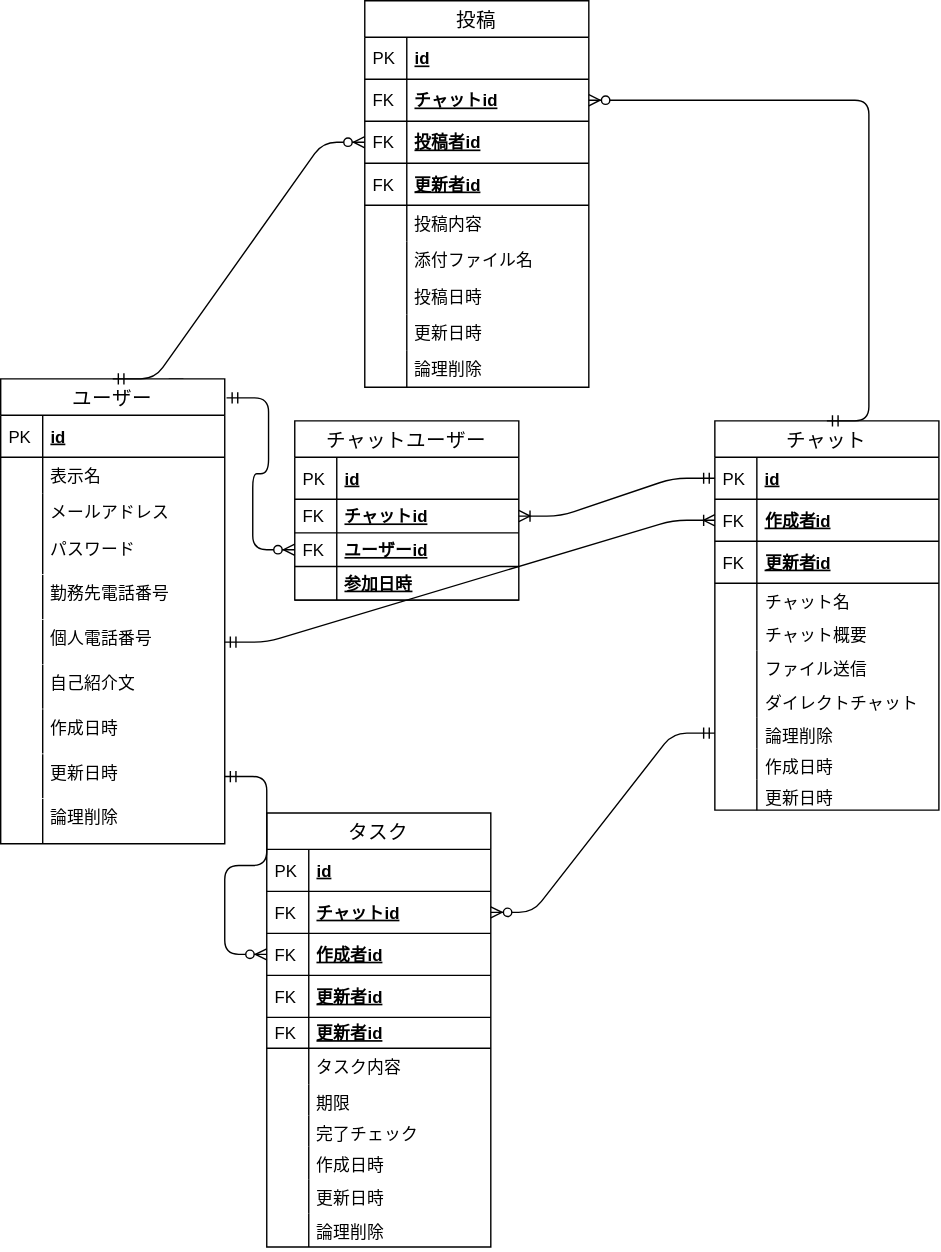
kyonamu/codegym-db keeps this draw.io diagram as db/db-challenge1/ERDiagram.drawio.svg. Above is the earlier version. Source tidied: cells renumbered, new cells last; positions are measured from the earlier drawing's top-left corner, leaving out a move shared by most shapes.
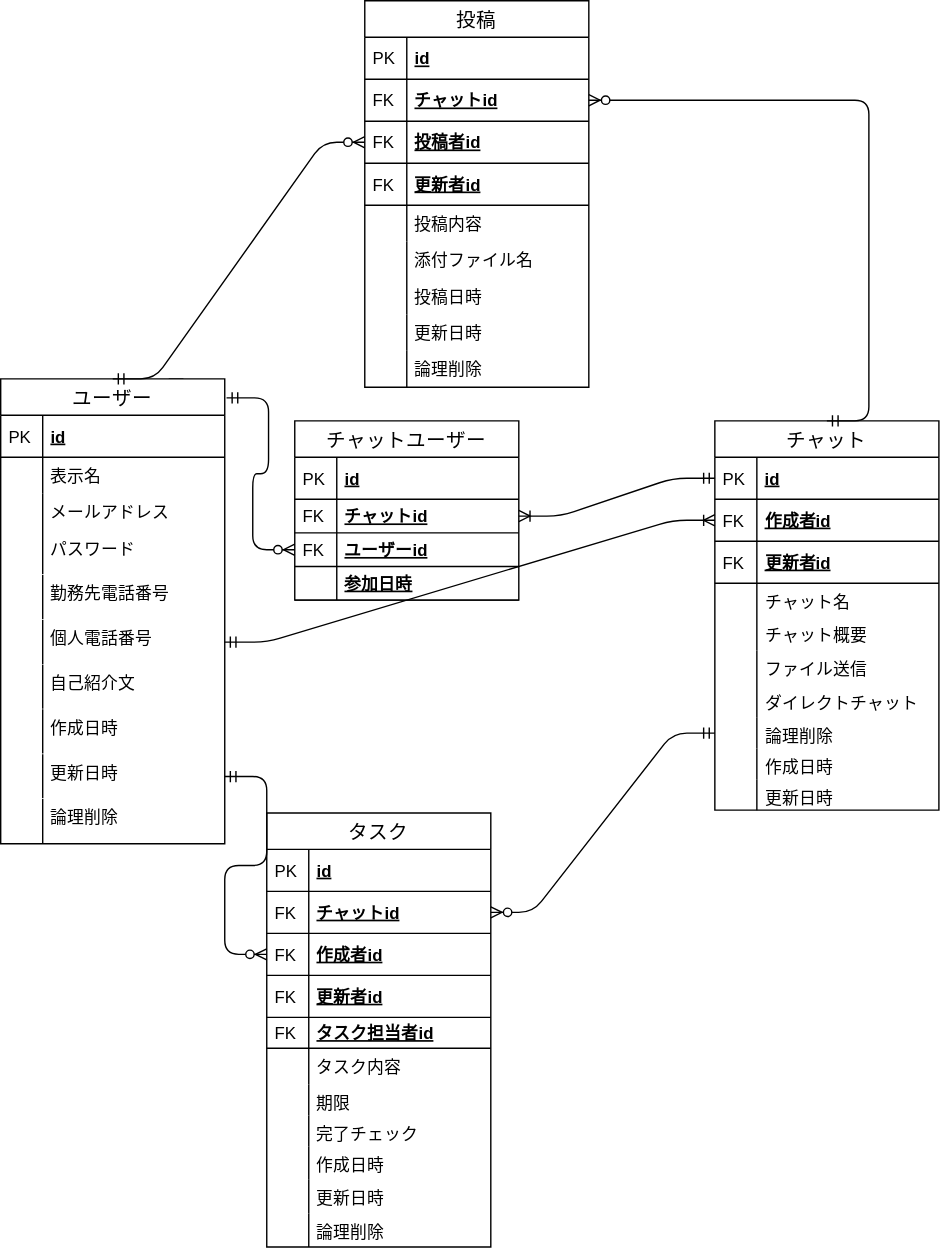
Later version of the same file.

Commit message:
DB課題1の提出

The edit, as a diff of the source:
```diff
@@ -97,7 +97,7 @@
     <mxCell id="32" value="FK" style="shape=partialRectangle;top=0;left=0;bottom=0;fillColor=none;align=left;verticalAlign=middle;spacingLeft=4;spacingRight=4;overflow=hidden;fontSize=12;" parent="31" vertex="1">
       <mxGeometry width="30" height="30" as="geometry" />
     </mxCell>
-    <mxCell id="33" value="更新者id" style="shape=partialRectangle;top=0;left=0;right=0;bottom=1;align=left;verticalAlign=middle;fillColor=none;spacingLeft=34;spacingRight=4;overflow=hidden;fontStyle=5;fontSize=12;" parent="24" vertex="1">
+    <mxCell id="33" value="タスク担当者id" style="shape=partialRectangle;top=0;left=0;right=0;bottom=1;align=left;verticalAlign=middle;fillColor=none;spacingLeft=34;spacingRight=4;overflow=hidden;fontStyle=5;fontSize=12;" parent="24" vertex="1">
       <mxGeometry y="146" width="160" height="22" as="geometry" />
     </mxCell>
     <mxCell id="34" value="FK" style="shape=partialRectangle;top=0;left=0;bottom=0;fillColor=none;align=left;verticalAlign=middle;spacingLeft=4;spacingRight=4;overflow=hidden;fontSize=12;" parent="33" vertex="1">
```
